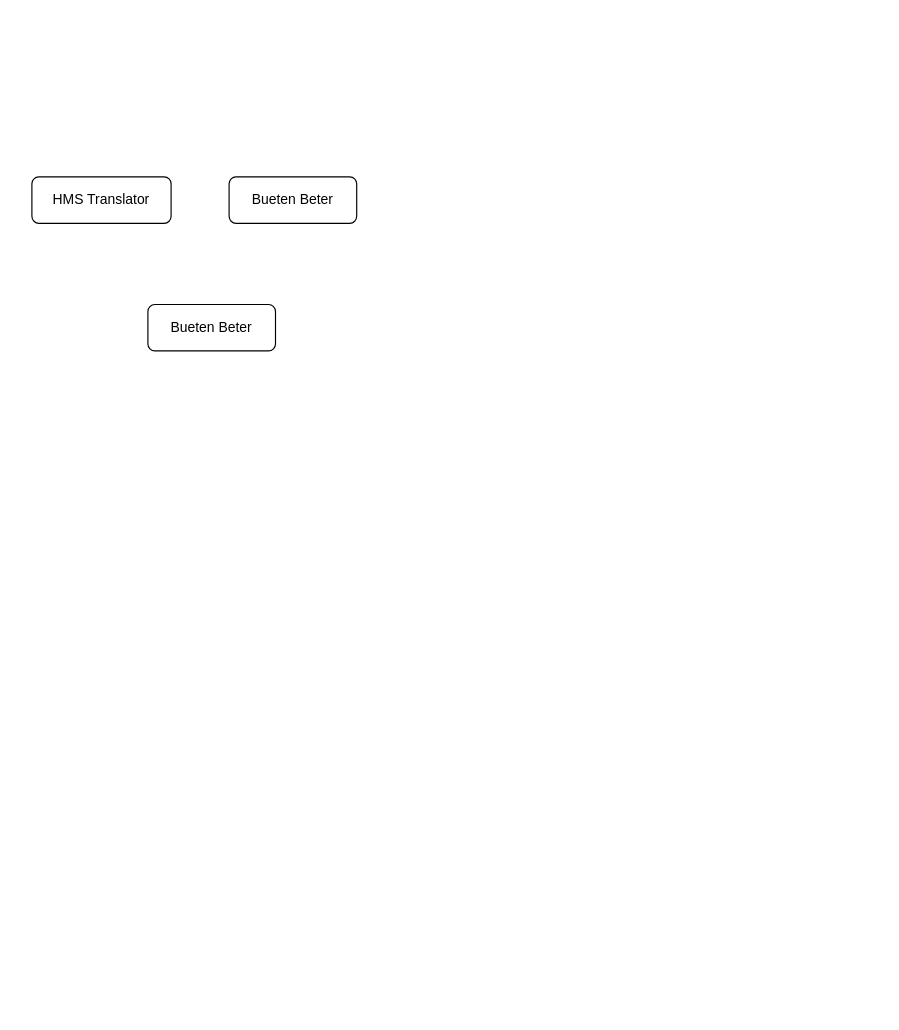
prakashadabala1/AndroidExamples keeps this draw.io diagram as Untitled Diagram.drawio. Above is the earlier version. Source tidied: cells renumbered, new cells numbered last; positions are measured from the earlier drawing's top-left corner, leaving out a move shared by most shapes. Both pictures are drawn from the tidied source at 116%, with x=0, y=0 at pixel (31, 176).
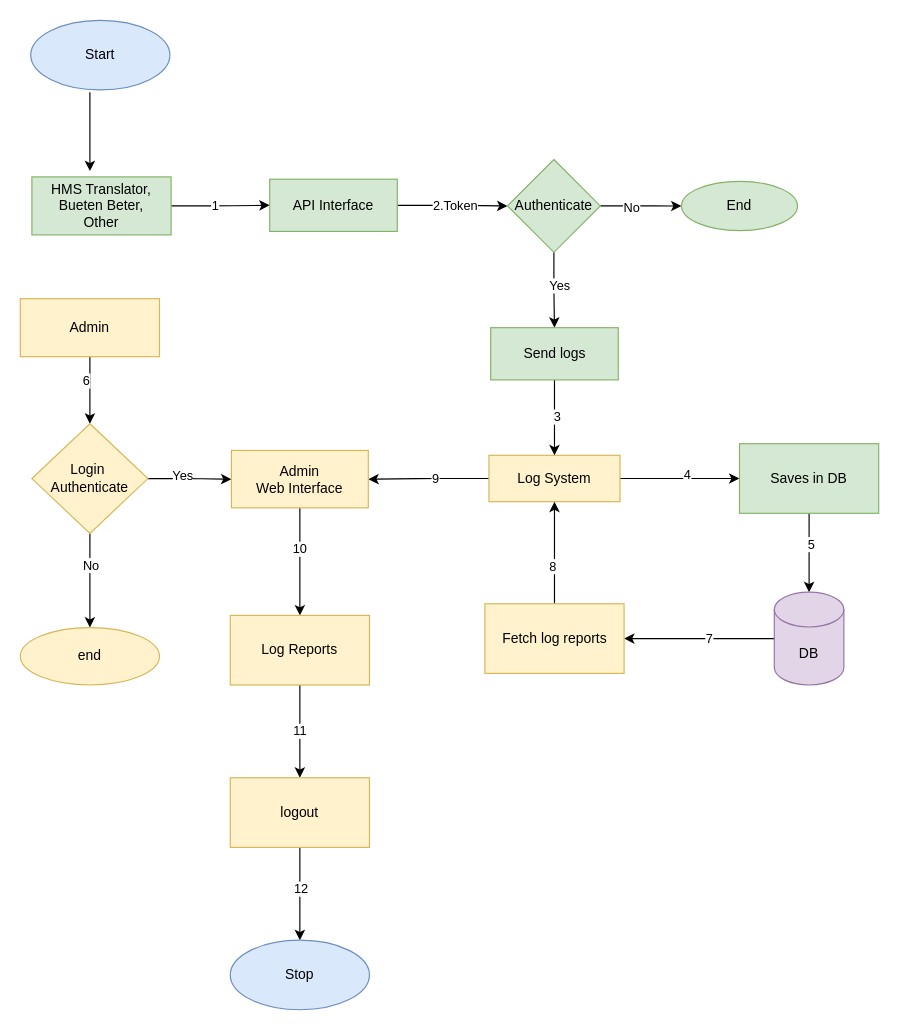
The same page after the edit.

What changed in the source:
```diff
@@
-<mxGraphModel>
+<mxGraphModel background="#ffffff">
@@
+    <mxCell id="5" style="edgeStyle=orthogonalEdgeStyle;jettySize=auto;html=1;exitX=1;exitY=0.5;exitDx=0;exitDy=0;" parent="1" edge="1" source="30" target="19">
+      <mxGeometry relative="1" as="geometry" />
+    </mxCell>
+    <mxCell id="6" value="2.Token" style="edgeLabel;html=1;align=center;verticalAlign=middle;" parent="5" vertex="1">
+      <mxGeometry x="0.04" y="1" relative="1" as="geometry" />
+    </mxCell>
+    <mxCell id="7" style="edgeStyle=orthogonalEdgeStyle;jettySize=auto;html=1;" parent="1" edge="1" source="2" target="30">
+      <mxGeometry relative="1" as="geometry" />
+    </mxCell>
+    <mxCell id="8" value="1" style="edgeLabel;html=1;align=center;verticalAlign=middle;" parent="7" vertex="1">
+      <mxGeometry x="-0.13" y="1" relative="1" as="geometry" />
+    </mxCell>
+    <mxCell id="9" style="edgeStyle=orthogonalEdgeStyle;jettySize=auto;html=1;exitX=0.425;exitY=1.033;exitDx=0;exitDy=0;exitPerimeter=0;" parent="1" edge="1" source="52">
+      <mxGeometry relative="1" as="geometry">
+        <mxPoint x="50" y="-5" as="targetPoint" />
+      </mxGeometry>
+    </mxCell>
-    <mxCell id="2" value="HMS Translator" style="rounded=1;whiteSpace=wrap;html=1;fontSize=12;glass=0;strokeWidth=1;shadow=0;" parent="1" vertex="1">
-      <mxGeometry width="120" height="40" as="geometry" />
+    <mxCell id="2" value="HMS Translator,&lt;br&gt;Bueten Beter,&lt;br&gt;Other" style="whiteSpace=wrap;html=1;fontSize=12;glass=0;strokeWidth=1;shadow=0;fillColor=#d5e8d4;strokeColor=#82b366;" parent="1" vertex="1">
+      <mxGeometry width="120" height="50" as="geometry" />
     </mxCell>
-    <mxCell id="3" value="Bueten Beter" style="rounded=1;whiteSpace=wrap;html=1;fontSize=12;glass=0;strokeWidth=1;shadow=0;" parent="1" vertex="1">
-      <mxGeometry x="170" width="110" height="40" as="geometry" />
-    </mxCell>
-    <mxCell id="4" value="Bueten Beter" style="rounded=1;whiteSpace=wrap;html=1;fontSize=12;glass=0;strokeWidth=1;shadow=0;" parent="1" vertex="1">
-      <mxGeometry x="100" y="110" width="110" height="40" as="geometry" />
-    </mxCell>
+    <mxCell id="10" style="edgeStyle=orthogonalEdgeStyle;jettySize=auto;html=1;" parent="1" edge="1" source="14" target="23">
+      <mxGeometry relative="1" as="geometry" />
+    </mxCell>
+    <mxCell id="11" value="4" style="edgeLabel;html=1;align=center;verticalAlign=middle;" parent="10" vertex="1">
+      <mxGeometry x="0.11" y="4" relative="1" as="geometry" />
+    </mxCell>
+    <mxCell id="12" style="edgeStyle=orthogonalEdgeStyle;jettySize=auto;html=1;" parent="1" edge="1" source="14" target="45">
+      <mxGeometry relative="1" as="geometry" />
+    </mxCell>
+    <mxCell id="13" value="9" style="edgeLabel;html=1;align=center;verticalAlign=middle;" parent="12" vertex="1">
+      <mxGeometry x="-0.1" y="-1" relative="1" as="geometry" />
+    </mxCell>
+    <mxCell id="14" value="Log System" style="whiteSpace=wrap;html=1;shadow=0;strokeWidth=1;glass=0;fillColor=#fff2cc;strokeColor=#d6b656;" parent="1" vertex="1">
+      <mxGeometry x="394" y="240" width="113" height="40" as="geometry" />
+    </mxCell>
+    <mxCell id="15" style="edgeStyle=orthogonalEdgeStyle;jettySize=auto;html=1;" parent="1" edge="1" source="19" target="20">
+      <mxGeometry relative="1" as="geometry" />
+    </mxCell>
+    <mxCell id="16" value="No" style="edgeLabel;html=1;align=center;verticalAlign=middle;" parent="15" vertex="1">
+      <mxGeometry x="-0.27" y="-1" relative="1" as="geometry" />
+    </mxCell>
+    <mxCell id="17" style="edgeStyle=orthogonalEdgeStyle;jettySize=auto;html=1;entryX=0.5;entryY=0;entryDx=0;entryDy=0;" parent="1" edge="1" source="19" target="29">
+      <mxGeometry relative="1" as="geometry" />
+    </mxCell>
+    <mxCell id="18" value="Yes" style="edgeLabel;html=1;align=center;verticalAlign=middle;" parent="17" vertex="1">
+      <mxGeometry x="-0.14" y="4" relative="1" as="geometry" />
+    </mxCell>
+    <mxCell id="19" value="Authenticate" style="rhombus;whiteSpace=wrap;html=1;shadow=0;strokeWidth=1;glass=0;fillColor=#d5e8d4;strokeColor=#82b366;" parent="1" vertex="1">
+      <mxGeometry x="410" y="-15" width="80" height="80" as="geometry" />
+    </mxCell>
+    <mxCell id="20" value="End" style="ellipse;whiteSpace=wrap;html=1;shadow=0;strokeWidth=1;glass=0;fillColor=#d5e8d4;strokeColor=#82b366;" parent="1" vertex="1">
+      <mxGeometry x="560" y="3.8" width="100" height="42.5" as="geometry" />
+    </mxCell>
+    <mxCell id="21" style="edgeStyle=orthogonalEdgeStyle;jettySize=auto;html=1;exitX=0.5;exitY=0.967;exitDx=0;exitDy=0;exitPerimeter=0;entryX=0.5;entryY=0;entryDx=0;entryDy=0;entryPerimeter=0;" parent="1" edge="1" source="23" target="26">
+      <mxGeometry relative="1" as="geometry">
+        <Array as="points">
+          <mxPoint x="670" y="338" />
+          <mxPoint x="670" y="338" />
+        </Array>
+      </mxGeometry>
+    </mxCell>
+    <mxCell id="22" value="5" style="edgeLabel;html=1;align=center;verticalAlign=middle;" parent="21" vertex="1">
+      <mxGeometry x="-0.2" y="1" relative="1" as="geometry" />
+    </mxCell>
+    <mxCell id="23" value="Saves in DB" style="whiteSpace=wrap;html=1;shadow=0;strokeWidth=1;glass=0;fillColor=#d5e8d4;strokeColor=#82b366;" parent="1" vertex="1">
+      <mxGeometry x="610" y="230" width="120" height="60" as="geometry" />
+    </mxCell>
+    <mxCell id="24" style="edgeStyle=orthogonalEdgeStyle;jettySize=auto;html=1;" parent="1" edge="1" source="26" target="42">
+      <mxGeometry relative="1" as="geometry" />
+    </mxCell>
+    <mxCell id="25" value="7" style="edgeLabel;html=1;align=center;verticalAlign=middle;" parent="24" vertex="1">
+      <mxGeometry x="-0.12" y="-1" relative="1" as="geometry" />
+    </mxCell>
+    <mxCell id="26" value="DB" style="shape=cylinder3;whiteSpace=wrap;html=1;boundedLbl=1;backgroundOutline=1;size=15;fillColor=#e1d5e7;strokeColor=#9673a6;" parent="1" vertex="1">
+      <mxGeometry x="640" y="358" width="60" height="80" as="geometry" />
+    </mxCell>
+    <mxCell id="27" style="edgeStyle=orthogonalEdgeStyle;jettySize=auto;html=1;" parent="1" edge="1" source="29" target="14">
+      <mxGeometry relative="1" as="geometry" />
+    </mxCell>
+    <mxCell id="28" value="3" style="edgeLabel;html=1;align=center;verticalAlign=middle;" parent="27" vertex="1">
+      <mxGeometry x="-0.05" y="2" relative="1" as="geometry" />
+    </mxCell>
+    <mxCell id="29" value="Send logs" style="whiteSpace=wrap;html=1;shadow=0;strokeWidth=1;glass=0;fillColor=#d5e8d4;strokeColor=#82b366;" parent="1" vertex="1">
+      <mxGeometry x="395.5" y="130" width="110" height="45" as="geometry" />
+    </mxCell>
+    <mxCell id="30" value="API Interface" style="whiteSpace=wrap;html=1;shadow=0;strokeWidth=1;glass=0;fillColor=#d5e8d4;strokeColor=#82b366;" parent="1" vertex="1">
+      <mxGeometry x="205" y="2" width="110" height="45" as="geometry" />
+    </mxCell>
+    <mxCell id="31" style="edgeStyle=orthogonalEdgeStyle;jettySize=auto;html=1;" parent="1" edge="1" source="33" target="38">
+      <mxGeometry relative="1" as="geometry" />
+    </mxCell>
+    <mxCell id="32" value="6" style="edgeLabel;html=1;align=center;verticalAlign=middle;" parent="31" vertex="1">
+      <mxGeometry x="-0.33" y="-4" relative="1" as="geometry">
+        <mxPoint y="1" as="offset" />
+      </mxGeometry>
+    </mxCell>
+    <mxCell id="33" value="Admin" style="whiteSpace=wrap;html=1;fontSize=12;glass=0;strokeWidth=1;shadow=0;fillColor=#fff2cc;strokeColor=#d6b656;" parent="1" vertex="1">
+      <mxGeometry x="-10" y="105" width="120" height="50" as="geometry" />
+    </mxCell>
+    <mxCell id="34" style="edgeStyle=orthogonalEdgeStyle;jettySize=auto;html=1;" parent="1" edge="1" source="38" target="39">
+      <mxGeometry relative="1" as="geometry" />
+    </mxCell>
+    <mxCell id="35" value="No" style="edgeLabel;html=1;align=center;verticalAlign=middle;" parent="34" vertex="1">
+      <mxGeometry x="-0.34" relative="1" as="geometry" />
+    </mxCell>
+    <mxCell id="36" style="edgeStyle=orthogonalEdgeStyle;jettySize=auto;html=1;" parent="1" edge="1" source="38" target="45">
+      <mxGeometry relative="1" as="geometry" />
+    </mxCell>
+    <mxCell id="37" value="Yes" style="edgeLabel;html=1;align=center;verticalAlign=middle;" parent="36" vertex="1">
+      <mxGeometry x="-0.17" y="4" relative="1" as="geometry">
+        <mxPoint y="1" as="offset" />
+      </mxGeometry>
+    </mxCell>
+    <mxCell id="38" value="Login&amp;nbsp;&lt;br&gt;Authenticate" style="rhombus;whiteSpace=wrap;html=1;shadow=0;strokeWidth=1;glass=0;fillColor=#fff2cc;strokeColor=#d6b656;" parent="1" vertex="1">
+      <mxGeometry y="212.8" width="100" height="94.5" as="geometry" />
+    </mxCell>
+    <mxCell id="39" value="end" style="ellipse;whiteSpace=wrap;html=1;shadow=0;strokeWidth=1;glass=0;fillColor=#fff2cc;strokeColor=#d6b656;" parent="1" vertex="1">
+      <mxGeometry x="-10" y="388.5" width="120" height="49.5" as="geometry" />
+    </mxCell>
+    <mxCell id="40" style="edgeStyle=orthogonalEdgeStyle;jettySize=auto;html=1;exitX=0.5;exitY=0;exitDx=0;exitDy=0;entryX=0.5;entryY=1;entryDx=0;entryDy=0;" parent="1" edge="1" source="42" target="14">
+      <mxGeometry relative="1" as="geometry" />
+    </mxCell>
+    <mxCell id="41" value="8" style="edgeLabel;html=1;align=center;verticalAlign=middle;" parent="40" vertex="1">
+      <mxGeometry x="-0.25" y="3" relative="1" as="geometry">
+        <mxPoint x="1" as="offset" />
+      </mxGeometry>
+    </mxCell>
+    <mxCell id="42" value="Fetch log reports" style="whiteSpace=wrap;html=1;fillColor=#fff2cc;strokeColor=#d6b656;" parent="1" vertex="1">
+      <mxGeometry x="390.5" y="368" width="120" height="60" as="geometry" />
+    </mxCell>
+    <mxCell id="43" style="edgeStyle=orthogonalEdgeStyle;jettySize=auto;html=1;" parent="1" edge="1" source="45" target="47">
+      <mxGeometry relative="1" as="geometry" />
+    </mxCell>
+    <mxCell id="44" value="10" style="edgeLabel;html=1;align=center;verticalAlign=middle;" parent="43" vertex="1">
+      <mxGeometry x="-0.25" y="-1" relative="1" as="geometry" />
+    </mxCell>
+    <mxCell id="45" value="Admin &lt;br&gt;Web Interface" style="whiteSpace=wrap;html=1;shadow=0;strokeWidth=1;glass=0;fillColor=#fff2cc;strokeColor=#d6b656;" parent="1" vertex="1">
+      <mxGeometry x="172" y="235.8" width="118" height="49.5" as="geometry" />
+    </mxCell>
+    <mxCell id="46" value="11" style="edgeStyle=orthogonalEdgeStyle;jettySize=auto;html=1;" parent="1" edge="1" source="47" target="50">
+      <mxGeometry relative="1" as="geometry" />
+    </mxCell>
+    <mxCell id="47" value="Log Reports" style="whiteSpace=wrap;html=1;shadow=0;strokeWidth=1;glass=0;fillColor=#fff2cc;strokeColor=#d6b656;" parent="1" vertex="1">
+      <mxGeometry x="171" y="378" width="120" height="60" as="geometry" />
+    </mxCell>
+    <mxCell id="48" style="edgeStyle=orthogonalEdgeStyle;jettySize=auto;html=1;" parent="1" edge="1" source="50" target="51">
+      <mxGeometry relative="1" as="geometry" />
+    </mxCell>
+    <mxCell id="49" value="12" style="edgeLabel;html=1;align=center;verticalAlign=middle;" parent="48" vertex="1">
+      <mxGeometry x="-0.12" relative="1" as="geometry" />
+    </mxCell>
+    <mxCell id="50" value="logout" style="whiteSpace=wrap;html=1;shadow=0;strokeWidth=1;glass=0;fillColor=#fff2cc;strokeColor=#d6b656;" parent="1" vertex="1">
+      <mxGeometry x="171" y="518" width="120" height="60" as="geometry" />
+    </mxCell>
+    <mxCell id="51" value="Stop" style="ellipse;whiteSpace=wrap;html=1;shadow=0;strokeWidth=1;glass=0;fillColor=#dae8fc;strokeColor=#6c8ebf;" parent="1" vertex="1">
+      <mxGeometry x="171" y="658" width="120" height="60" as="geometry" />
+    </mxCell>
+    <mxCell id="52" value="Start" style="ellipse;whiteSpace=wrap;html=1;shadow=0;strokeColor=#6c8ebf;strokeWidth=1;fillColor=#dae8fc;glass=0;" parent="1" vertex="1">
+      <mxGeometry x="-1" y="-135" width="120" height="60" as="geometry" />
+    </mxCell>
```
